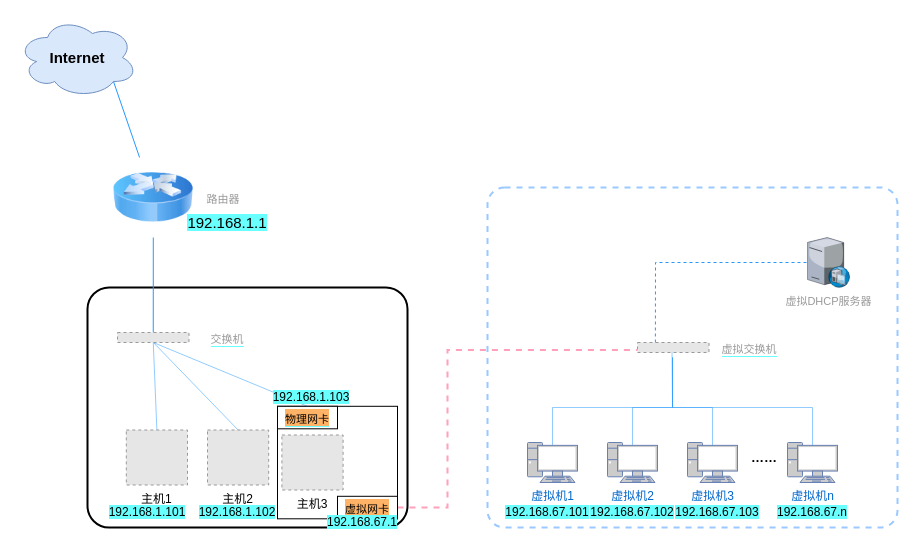
This is page "Host-Only模式" (1 of 3) of drawio/虚拟机网络原理—仅主机模式.drawio from hezhuma/image-repo, a draw.io file, before an edit. Source tidied: cells renumbered, new cells numbered last; positions are measured from the earlier drawing's top-left corner, leaving out a move shared by most shapes. Both pictures are drawn from the tidied source at 100%, with x=0, y=0 at pixel (17, 17). Pictures stored in the file or linked from it are replaced by grey dashed boxes.
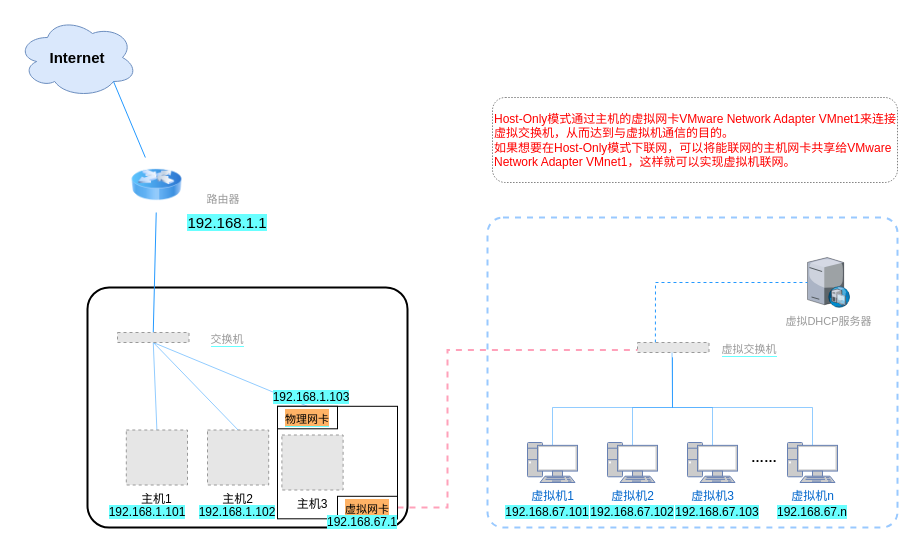
The same page after the edit.

Commit message:
更新虚拟机网络原理—仅主机模式.drawio

The change refers to these unchanged cells:
```xml
<mxCell id="21" style="fillColor=#E6E6E6;strokeColor=#999999;dashed=1;verticalLabelPosition=bottom;labelBackgroundColor=default;verticalAlign=top;" parent="1" vertex="1">
  <mxGeometry x="620" y="325" width="71.5" height="10" as="geometry" />
</mxCell>
```

What changed in the source:
```diff
@@
     <mxCell id="6" style="rounded=1;whiteSpace=wrap;html=1;arcSize=5;strokeWidth=2;dashed=1;strokeColor=#99C9FF;" parent="1" vertex="1">
-      <mxGeometry x="470" y="170" width="410" height="340" as="geometry" />
+      <mxGeometry x="470" y="200" width="410" height="310" as="geometry" />
     </mxCell>
@@
     <mxCell id="11" value="&lt;font color=&quot;#999999&quot; style=&quot;font-size: 11px;&quot;&gt;虚拟DHCP服务器&lt;/font&gt;" style="verticalLabelPosition=bottom;sketch=0;html=1;verticalAlign=top;strokeColor=none;align=center;outlineConnect=0;shape=mxgraph.citrix.dhcp_server;" parent="1" vertex="1">
-      <mxGeometry x="790" y="220" width="42.2" height="50" as="geometry" />
+      <mxGeometry x="790" y="240" width="42.2" height="50" as="geometry" />
     </mxCell>
@@
     <mxCell id="20" style="endArrow=none;html=1;rounded=0;strokeColor=#2499FF;strokeWidth=1;exitX=0.25;exitY=0;exitDx=0;exitDy=0;dashed=1;" parent="1" edge="1" source="21" target="11">
       <mxGeometry relative="1" as="geometry">
         <Array as="points">
-          <mxPoint x="638" y="245" />
+          <mxPoint x="638" y="265" />
         </Array>
       </mxGeometry>
     </mxCell>
@@
     <mxCell id="30" style="image;html=1;image=img/lib/clip_art/networking/Router_Icon_128x128.png;fontSize=15;strokeWidth=2;" parent="1" vertex="1">
-      <mxGeometry x="95.8" y="140" width="80" height="80" as="geometry" />
+      <mxGeometry x="114.4" y="140" width="50" height="55" as="geometry" />
     </mxCell>
@@
+    <mxCell id="44" value="&lt;font color=&quot;#ff0000&quot;&gt;Host-Only模式通过主机的虚拟网卡VMware Network Adapter VMnet1来连接虚拟交换机，从而达到与虚拟机通信的目的。&lt;br&gt;如果想要在Host-Only模式下联网，可以将能联网的主机网卡共享给&lt;/font&gt;&lt;span style=&quot;color: rgb(255, 0, 0);&quot;&gt;VMware Network Adapter VMnet1，这样就可以实现虚拟机联网。&lt;/span&gt;&lt;font color=&quot;#ff0000&quot;&gt;&lt;br&gt;&lt;/font&gt;" style="rounded=1;whiteSpace=wrap;html=1;fontSize=12;strokeWidth=0.5;dashed=1;align=left;" parent="1" vertex="1">
+      <mxGeometry x="475" y="80" width="405" height="85" as="geometry" />
+    </mxCell>
```
